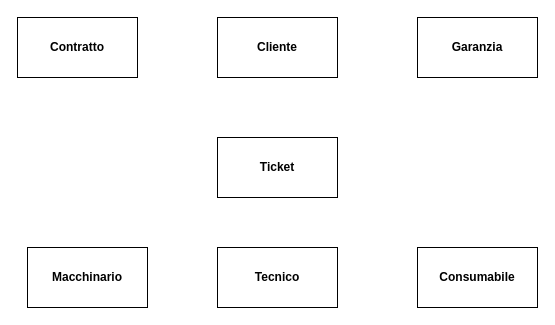
Before: Diagrammi/entità fondamentali.drawio in fedeStaffo/Progetto_Basi_di_dati, a draw.io diagram. Source tidied: cells renumbered, new cells numbered last; positions are measured from the earlier drawing's top-left corner, leaving out a move shared by most shapes. Both pictures are drawn from the tidied source at 100%, with x=0, y=0 at pixel (17, 17).
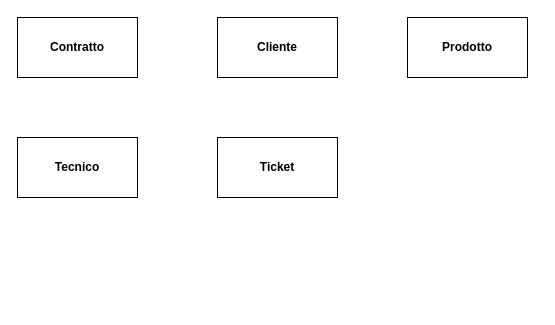
The same diagram, later.

Change to the diagram source:
```diff
@@
 <mxGraphModel>
   <root>
     <mxCell id="0" />
     <mxCell id="1" parent="0" />
     <mxCell id="2" value="&lt;b&gt;Contratto&lt;/b&gt;" style="rounded=0;whiteSpace=wrap;html=1;" parent="1" vertex="1">
       <mxGeometry width="120" height="60" as="geometry" />
     </mxCell>
     <mxCell id="3" value="&lt;b&gt;Cliente&lt;/b&gt;" style="rounded=0;whiteSpace=wrap;html=1;" parent="1" vertex="1">
       <mxGeometry x="200" width="120" height="60" as="geometry" />
     </mxCell>
-    <mxCell id="4" value="&lt;b&gt;Garanzia&lt;/b&gt;" style="rounded=0;whiteSpace=wrap;html=1;" parent="1" vertex="1">
-      <mxGeometry x="400" width="120" height="60" as="geometry" />
-    </mxCell>
-    <mxCell id="5" value="&lt;b&gt;Macchinario&lt;/b&gt;" style="rounded=0;whiteSpace=wrap;html=1;" parent="1" vertex="1">
-      <mxGeometry x="10" y="230" width="120" height="60" as="geometry" />
-    </mxCell>
     <mxCell id="6" value="&lt;b&gt;Ticket&lt;/b&gt;" style="rounded=0;whiteSpace=wrap;html=1;" parent="1" vertex="1">
       <mxGeometry x="200" y="120" width="120" height="60" as="geometry" />
     </mxCell>
-    <mxCell id="7" value="&lt;b&gt;Consumabile&lt;/b&gt;" style="rounded=0;whiteSpace=wrap;html=1;" parent="1" vertex="1">
-      <mxGeometry x="400" y="230" width="120" height="60" as="geometry" />
+    <mxCell id="7" value="&lt;b&gt;Prodotto&lt;/b&gt;" style="rounded=0;whiteSpace=wrap;html=1;" parent="1" vertex="1">
+      <mxGeometry x="390" width="120" height="60" as="geometry" />
     </mxCell>
     <mxCell id="8" value="&lt;b&gt;Tecnico&lt;/b&gt;" style="rounded=0;whiteSpace=wrap;html=1;" parent="1" vertex="1">
-      <mxGeometry x="200" y="230" width="120" height="60" as="geometry" />
+      <mxGeometry y="120" width="120" height="60" as="geometry" />
     </mxCell>
   </root>
 </mxGraphModel>
```
